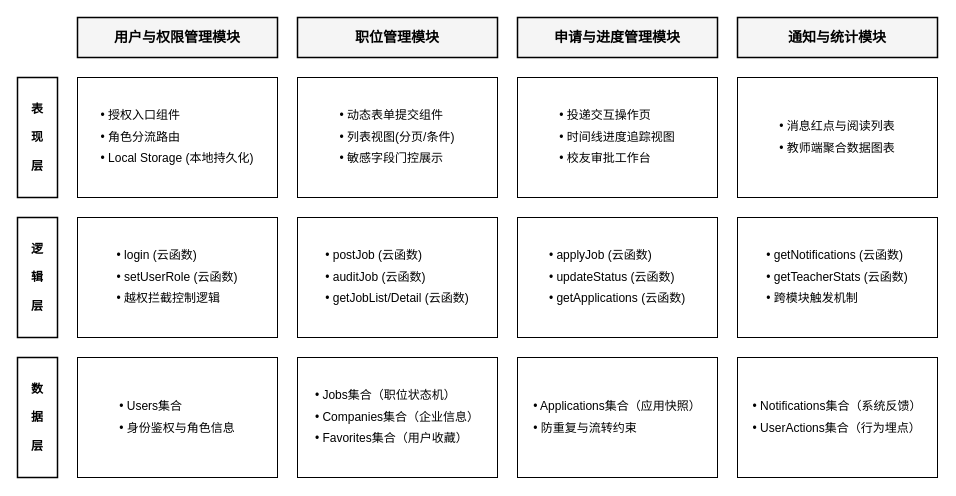
Above: docs/系统功能模块图.drawio in Littlefun8/miniprogram-2 (draw.io), before the change. Source tidied: cells renumbered, new cells numbered last; positions are measured from the earlier drawing's top-left corner, leaving out a move shared by most shapes. Both pictures are drawn from the tidied source at 100%, with x=0, y=0 at pixel (17, 17).
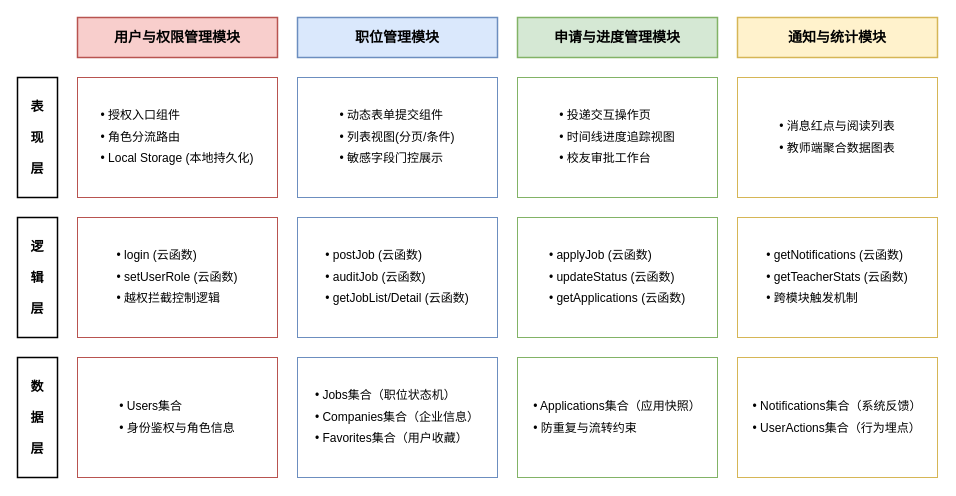
The same page after the edit.

Commit message:
更新系统功能模块图.drawio

What changed in the source:
```diff
@@
-    <mxCell id="2" value="&lt;b&gt;&lt;font style=&quot;font-size: 14px;&quot;&gt;用户与权限管理模块&lt;/font&gt;&lt;/b&gt;" style="rounded=0;whiteSpace=wrap;html=1;fillColor=#f5f5f5;strokeColor=#000000;strokeWidth=1.5;" parent="1" vertex="1">
+    <mxCell id="2" value="&lt;b&gt;&lt;font style=&quot;font-size: 14px;&quot;&gt;用户与权限管理模块&lt;/font&gt;&lt;/b&gt;" style="rounded=0;whiteSpace=wrap;html=1;fillColor=#F8CECC;strokeColor=#B85450;strokeWidth=1.5;" parent="1" vertex="1">
       <mxGeometry x="60" width="200" height="40" as="geometry" />
     </mxCell>
-    <mxCell id="3" value="&lt;b&gt;&lt;font style=&quot;font-size: 14px;&quot;&gt;职位管理模块&lt;/font&gt;&lt;/b&gt;" style="rounded=0;whiteSpace=wrap;html=1;fillColor=#f5f5f5;strokeColor=#000000;strokeWidth=1.5;" parent="1" vertex="1">
+    <mxCell id="3" value="&lt;b&gt;&lt;font style=&quot;font-size: 14px;&quot;&gt;职位管理模块&lt;/font&gt;&lt;/b&gt;" style="rounded=0;whiteSpace=wrap;html=1;fillColor=#DAE8FC;strokeColor=#6C8EBF;strokeWidth=1.5;" parent="1" vertex="1">
       <mxGeometry x="280" width="200" height="40" as="geometry" />
     </mxCell>
-    <mxCell id="4" value="&lt;b&gt;&lt;font style=&quot;font-size: 14px;&quot;&gt;申请与进度管理模块&lt;/font&gt;&lt;/b&gt;" style="rounded=0;whiteSpace=wrap;html=1;fillColor=#f5f5f5;strokeColor=#000000;strokeWidth=1.5;" parent="1" vertex="1">
+    <mxCell id="4" value="&lt;b&gt;&lt;font style=&quot;font-size: 14px;&quot;&gt;申请与进度管理模块&lt;/font&gt;&lt;/b&gt;" style="rounded=0;whiteSpace=wrap;html=1;fillColor=#D5E8D4;strokeColor=#82B366;strokeWidth=1.5;" parent="1" vertex="1">
       <mxGeometry x="500" width="200" height="40" as="geometry" />
     </mxCell>
-    <mxCell id="5" value="&lt;b&gt;&lt;font style=&quot;font-size: 14px;&quot;&gt;通知与统计模块&lt;/font&gt;&lt;/b&gt;" style="rounded=0;whiteSpace=wrap;html=1;fillColor=#f5f5f5;strokeColor=#000000;strokeWidth=1.5;" parent="1" vertex="1">
+    <mxCell id="5" value="&lt;b&gt;&lt;font style=&quot;font-size: 14px;&quot;&gt;通知与统计模块&lt;/font&gt;&lt;/b&gt;" style="rounded=0;whiteSpace=wrap;html=1;fillColor=#FFF2CC;strokeColor=#D6B656;strokeWidth=1.5;" parent="1" vertex="1">
       <mxGeometry x="720" width="200" height="40" as="geometry" />
     </mxCell>
-    <mxCell id="6" value="&lt;b&gt;表&lt;br&gt;&lt;br&gt;现&lt;br&gt;&lt;br&gt;层&lt;/b&gt;" style="rounded=0;whiteSpace=wrap;html=1;fillColor=#ffffff;strokeColor=#000000;strokeWidth=1.5;direction=south;" parent="1" vertex="1">
+    <mxCell id="6" value="&lt;span&gt;表&lt;br&gt;&lt;br&gt;现&lt;br&gt;&lt;br&gt;层&lt;/span&gt;" style="rounded=0;whiteSpace=wrap;html=1;fillColor=default;strokeColor=#000000;strokeWidth=1.5;direction=south;fontSize=13;fontStyle=1;" parent="1" vertex="1">
       <mxGeometry y="60" width="40" height="120" as="geometry" />
     </mxCell>
-    <mxCell id="7" value="&lt;b&gt;逻&lt;br&gt;&lt;br&gt;辑&lt;br&gt;&lt;br&gt;层&lt;/b&gt;" style="rounded=0;whiteSpace=wrap;html=1;fillColor=#ffffff;strokeColor=#000000;strokeWidth=1.5;direction=south;" parent="1" vertex="1">
+    <mxCell id="7" value="&lt;span&gt;逻&lt;br&gt;&lt;br&gt;辑&lt;br&gt;&lt;br&gt;层&lt;/span&gt;" style="rounded=0;whiteSpace=wrap;html=1;fillColor=#ffffff;strokeColor=#000000;strokeWidth=1.5;direction=south;fontSize=13;fontStyle=1;" parent="1" vertex="1">
       <mxGeometry y="200" width="40" height="120" as="geometry" />
     </mxCell>
-    <mxCell id="8" value="&lt;b&gt;数&lt;br&gt;&lt;br&gt;据&lt;br&gt;&lt;br&gt;层&lt;/b&gt;" style="rounded=0;whiteSpace=wrap;html=1;fillColor=#ffffff;strokeColor=#000000;strokeWidth=1.5;direction=south;" parent="1" vertex="1">
+    <mxCell id="8" value="&lt;span&gt;数&lt;br&gt;&lt;br&gt;据&lt;br&gt;&lt;br&gt;层&lt;/span&gt;" style="rounded=0;whiteSpace=wrap;html=1;fillColor=#ffffff;strokeColor=#000000;strokeWidth=1.5;direction=south;fontSize=13;fontStyle=1;" parent="1" vertex="1">
       <mxGeometry y="340" width="40" height="120" as="geometry" />
     </mxCell>
-    <mxCell id="9" value="&lt;div style=&quot;text-align: left; line-height: 1.8;&quot;&gt;• 授权入口组件&lt;br&gt;• 角色分流路由&lt;br&gt;• Local Storage (本地持久化)&lt;/div&gt;" style="rounded=0;whiteSpace=wrap;html=1;verticalAlign=middle;align=center;fillColor=#ffffff;strokeColor=#000000;strokeWidth=1;" parent="1" vertex="1">
+    <mxCell id="9" value="&lt;div style=&quot;text-align: left; line-height: 1.8;&quot;&gt;• 授权入口组件&lt;br&gt;• 角色分流路由&lt;br&gt;• Local Storage (本地持久化)&lt;/div&gt;" style="rounded=0;whiteSpace=wrap;html=1;verticalAlign=middle;align=center;fillColor=#ffffff;strokeColor=#B85450;strokeWidth=1;" parent="1" vertex="1">
       <mxGeometry x="60" y="60" width="200" height="120" as="geometry" />
     </mxCell>
-    <mxCell id="10" value="&lt;div style=&quot;text-align: left; line-height: 1.8;&quot;&gt;• login (云函数)&lt;br&gt;• setUserRole (云函数)&lt;br&gt;• 越权拦截控制逻辑&lt;/div&gt;" style="rounded=0;whiteSpace=wrap;html=1;verticalAlign=middle;align=center;fillColor=#ffffff;strokeColor=#000000;strokeWidth=1;" parent="1" vertex="1">
+    <mxCell id="10" value="&lt;div style=&quot;text-align: left; line-height: 1.8;&quot;&gt;• login (云函数)&lt;br&gt;• setUserRole (云函数)&lt;br&gt;• 越权拦截控制逻辑&lt;/div&gt;" style="rounded=0;whiteSpace=wrap;html=1;verticalAlign=middle;align=center;fillColor=#ffffff;strokeColor=#B85450;strokeWidth=1;" parent="1" vertex="1">
       <mxGeometry x="60" y="200" width="200" height="120" as="geometry" />
     </mxCell>
-    <mxCell id="11" value="&lt;div style=&quot;text-align: left; line-height: 1.8;&quot;&gt;• Users集合&lt;br&gt;• 身份鉴权与角色信息&lt;/div&gt;" style="rounded=0;whiteSpace=wrap;html=1;verticalAlign=middle;align=center;fillColor=#ffffff;strokeColor=#000000;strokeWidth=1;" parent="1" vertex="1">
+    <mxCell id="11" value="&lt;div style=&quot;text-align: left; line-height: 1.8;&quot;&gt;• Users集合&lt;br&gt;• 身份鉴权与角色信息&lt;/div&gt;" style="rounded=0;whiteSpace=wrap;html=1;verticalAlign=middle;align=center;fillColor=#ffffff;strokeColor=#B85450;strokeWidth=1;" parent="1" vertex="1">
       <mxGeometry x="60" y="340" width="200" height="120" as="geometry" />
     </mxCell>
-    <mxCell id="12" value="&lt;div style=&quot;text-align: left; line-height: 1.8;&quot;&gt;• 动态表单提交组件&lt;br&gt;• 列表视图(分页/条件)&lt;br&gt;• 敏感字段门控展示&lt;/div&gt;" style="rounded=0;whiteSpace=wrap;html=1;verticalAlign=middle;align=center;fillColor=#ffffff;strokeColor=#000000;strokeWidth=1;" parent="1" vertex="1">
+    <mxCell id="12" value="&lt;div style=&quot;text-align: left; line-height: 1.8;&quot;&gt;• 动态表单提交组件&lt;br&gt;• 列表视图(分页/条件)&lt;br&gt;• 敏感字段门控展示&lt;/div&gt;" style="rounded=0;whiteSpace=wrap;html=1;verticalAlign=middle;align=center;fillColor=#ffffff;strokeColor=#6C8EBF;strokeWidth=1;" parent="1" vertex="1">
       <mxGeometry x="280" y="60" width="200" height="120" as="geometry" />
     </mxCell>
-    <mxCell id="13" value="&lt;div style=&quot;text-align: left; line-height: 1.8;&quot;&gt;• postJob (云函数)&lt;br&gt;• auditJob (云函数)&lt;br&gt;• getJobList/Detail (云函数)&lt;/div&gt;" style="rounded=0;whiteSpace=wrap;html=1;verticalAlign=middle;align=center;fillColor=#ffffff;strokeColor=#000000;strokeWidth=1;" parent="1" vertex="1">
+    <mxCell id="13" value="&lt;div style=&quot;text-align: left; line-height: 1.8;&quot;&gt;• postJob (云函数)&lt;br&gt;• auditJob (云函数)&lt;br&gt;• getJobList/Detail (云函数)&lt;/div&gt;" style="rounded=0;whiteSpace=wrap;html=1;verticalAlign=middle;align=center;fillColor=#ffffff;strokeColor=#6C8EBF;strokeWidth=1;" parent="1" vertex="1">
       <mxGeometry x="280" y="200" width="200" height="120" as="geometry" />
     </mxCell>
-    <mxCell id="14" value="&lt;div style=&quot;text-align: left; line-height: 1.8;&quot;&gt;• Jobs集合（职位状态机）&lt;br&gt;• Companies集合（企业信息）&lt;br&gt;• Favorites集合（用户收藏）&lt;/div&gt;" style="rounded=0;whiteSpace=wrap;html=1;verticalAlign=middle;align=center;fillColor=#ffffff;strokeColor=#000000;strokeWidth=1;" parent="1" vertex="1">
+    <mxCell id="14" value="&lt;div style=&quot;text-align: left; line-height: 1.8;&quot;&gt;• Jobs集合（职位状态机）&lt;br&gt;• Companies集合（企业信息）&lt;br&gt;• Favorites集合（用户收藏）&lt;/div&gt;" style="rounded=0;whiteSpace=wrap;html=1;verticalAlign=middle;align=center;fillColor=#ffffff;strokeColor=#6C8EBF;strokeWidth=1;" parent="1" vertex="1">
       <mxGeometry x="280" y="340" width="200" height="120" as="geometry" />
     </mxCell>
-    <mxCell id="15" value="&lt;div style=&quot;text-align: left; line-height: 1.8;&quot;&gt;• 投递交互操作页&lt;br&gt;• 时间线进度追踪视图&lt;br&gt;• 校友审批工作台&lt;/div&gt;" style="rounded=0;whiteSpace=wrap;html=1;verticalAlign=middle;align=center;fillColor=#ffffff;strokeColor=#000000;strokeWidth=1;" parent="1" vertex="1">
+    <mxCell id="15" value="&lt;div style=&quot;text-align: left; line-height: 1.8;&quot;&gt;• 投递交互操作页&lt;br&gt;• 时间线进度追踪视图&lt;br&gt;• 校友审批工作台&lt;/div&gt;" style="rounded=0;whiteSpace=wrap;html=1;verticalAlign=middle;align=center;fillColor=#ffffff;strokeColor=#82B366;strokeWidth=1;" parent="1" vertex="1">
       <mxGeometry x="500" y="60" width="200" height="120" as="geometry" />
     </mxCell>
-    <mxCell id="16" value="&lt;div style=&quot;text-align: left; line-height: 1.8;&quot;&gt;• applyJob (云函数)&lt;br&gt;• updateStatus (云函数)&lt;br&gt;• getApplications (云函数)&lt;/div&gt;" style="rounded=0;whiteSpace=wrap;html=1;verticalAlign=middle;align=center;fillColor=#ffffff;strokeColor=#000000;strokeWidth=1;" parent="1" vertex="1">
+    <mxCell id="16" value="&lt;div style=&quot;text-align: left; line-height: 1.8;&quot;&gt;• applyJob (云函数)&lt;br&gt;• updateStatus (云函数)&lt;br&gt;• getApplications (云函数)&lt;/div&gt;" style="rounded=0;whiteSpace=wrap;html=1;verticalAlign=middle;align=center;fillColor=#ffffff;strokeColor=#82B366;strokeWidth=1;" parent="1" vertex="1">
       <mxGeometry x="500" y="200" width="200" height="120" as="geometry" />
     </mxCell>
-    <mxCell id="17" value="&lt;div style=&quot;text-align: left; line-height: 1.8;&quot;&gt;• Applications集合（应用快照）&lt;br&gt;• 防重复与流转约束&lt;/div&gt;" style="rounded=0;whiteSpace=wrap;html=1;verticalAlign=middle;align=center;fillColor=#ffffff;strokeColor=#000000;strokeWidth=1;" parent="1" vertex="1">
+    <mxCell id="17" value="&lt;div style=&quot;text-align: left; line-height: 1.8;&quot;&gt;• Applications集合（应用快照）&lt;br&gt;• 防重复与流转约束&lt;/div&gt;" style="rounded=0;whiteSpace=wrap;html=1;verticalAlign=middle;align=center;fillColor=#ffffff;strokeColor=#82B366;strokeWidth=1;" parent="1" vertex="1">
       <mxGeometry x="500" y="340" width="200" height="120" as="geometry" />
     </mxCell>
-    <mxCell id="18" value="&lt;div style=&quot;text-align: left; line-height: 1.8;&quot;&gt;• 消息红点与阅读列表&lt;br&gt;• 教师端聚合数据图表&lt;/div&gt;" style="rounded=0;whiteSpace=wrap;html=1;verticalAlign=middle;align=center;fillColor=#ffffff;strokeColor=#000000;strokeWidth=1;" parent="1" vertex="1">
+    <mxCell id="18" value="&lt;div style=&quot;text-align: left; line-height: 1.8;&quot;&gt;• 消息红点与阅读列表&lt;br&gt;• 教师端聚合数据图表&lt;/div&gt;" style="rounded=0;whiteSpace=wrap;html=1;verticalAlign=middle;align=center;fillColor=#ffffff;strokeColor=#D6B656;strokeWidth=1;" parent="1" vertex="1">
       <mxGeometry x="720" y="60" width="200" height="120" as="geometry" />
     </mxCell>
-    <mxCell id="19" value="&lt;div style=&quot;text-align: left; line-height: 1.8;&quot;&gt;• getNotifications (云函数)&lt;br&gt;• getTeacherStats (云函数)&lt;br&gt;• 跨模块触发机制&lt;/div&gt;" style="rounded=0;whiteSpace=wrap;html=1;verticalAlign=middle;align=center;fillColor=#ffffff;strokeColor=#000000;strokeWidth=1;" parent="1" vertex="1">
+    <mxCell id="19" value="&lt;div style=&quot;text-align: left; line-height: 1.8;&quot;&gt;• getNotifications (云函数)&lt;br&gt;• getTeacherStats (云函数)&lt;br&gt;• 跨模块触发机制&lt;/div&gt;" style="rounded=0;whiteSpace=wrap;html=1;verticalAlign=middle;align=center;fillColor=#ffffff;strokeColor=#D6B656;strokeWidth=1;" parent="1" vertex="1">
       <mxGeometry x="720" y="200" width="200" height="120" as="geometry" />
     </mxCell>
-    <mxCell id="20" value="&lt;div style=&quot;text-align: left; line-height: 1.8;&quot;&gt;• Notifications集合（系统反馈）&lt;br&gt;• UserActions集合（行为埋点）&lt;/div&gt;" style="rounded=0;whiteSpace=wrap;html=1;verticalAlign=middle;align=center;fillColor=#ffffff;strokeColor=#000000;strokeWidth=1;" parent="1" vertex="1">
+    <mxCell id="20" value="&lt;div style=&quot;text-align: left; line-height: 1.8;&quot;&gt;• Notifications集合（系统反馈）&lt;br&gt;• UserActions集合（行为埋点）&lt;/div&gt;" style="rounded=0;whiteSpace=wrap;html=1;verticalAlign=middle;align=center;fillColor=#ffffff;strokeColor=#D6B656;strokeWidth=1;" parent="1" vertex="1">
       <mxGeometry x="720" y="340" width="200" height="120" as="geometry" />
     </mxCell>
```
